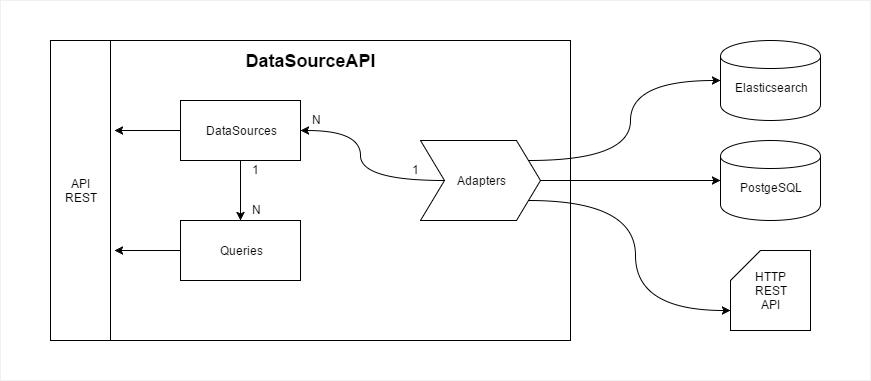
This is arquitetura.png from Logicalis/PolypusDatasources, a draw.io export, as it was before one commit. Source tidied: cells renumbered, new cells last; positions are measured from the earlier drawing's top-left corner, leaving out a move shared by most shapes.
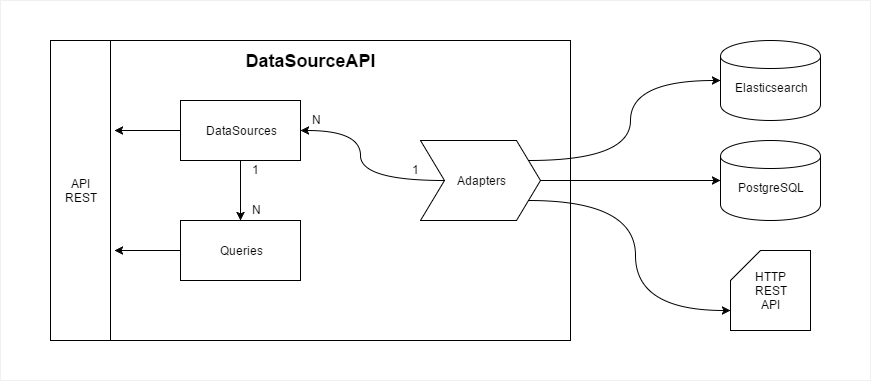
Later version of the same file.

Commit message:
Fix architecture image and creation script.

Diff of the diagram source:
```diff
@@ -8,7 +8,7 @@
     <mxCell id="3" value="&lt;div&gt;&lt;br&gt;&lt;/div&gt;Elasticsearch" style="shape=cylinder;whiteSpace=wrap;html=1;rounded=0;" parent="1" vertex="1">
       <mxGeometry x="720" y="40" width="100" height="80" as="geometry" />
     </mxCell>
-    <mxCell id="4" value="&lt;div&gt;&lt;br&gt;&lt;/div&gt;PostgeSQL" style="shape=cylinder;whiteSpace=wrap;html=1;rounded=0;" parent="1" vertex="1">
+    <mxCell id="4" value="&lt;div&gt;&lt;br&gt;&lt;/div&gt;PostgreSQL" style="shape=cylinder;whiteSpace=wrap;html=1;rounded=0;" parent="1" vertex="1">
       <mxGeometry x="720" y="140" width="100" height="80" as="geometry" />
     </mxCell>
     <mxCell id="5" value="HTTP&lt;br&gt;REST&lt;br&gt;API" style="shape=card;whiteSpace=wrap;html=1;rounded=0;" parent="1" vertex="1">
```
